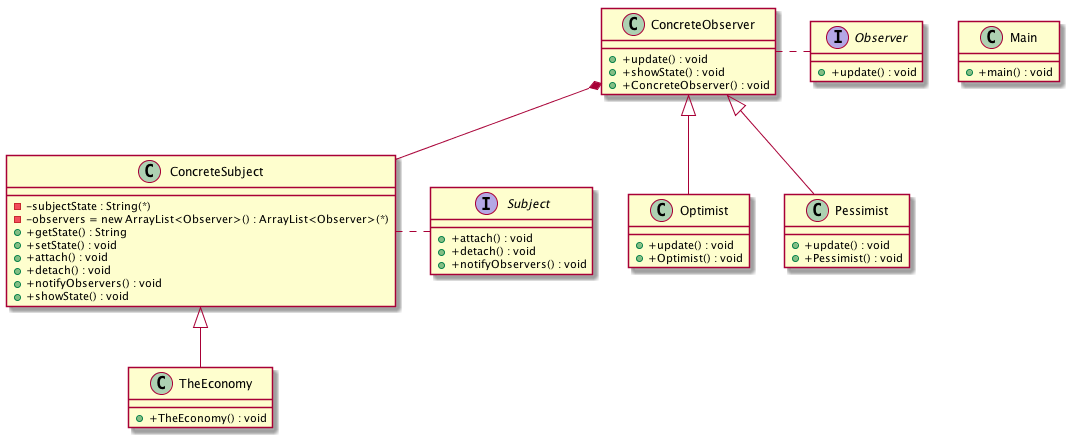
Earlier version of the PlantUML export UMLGenerator/sequence.png (rashmishrm/UMLParser).
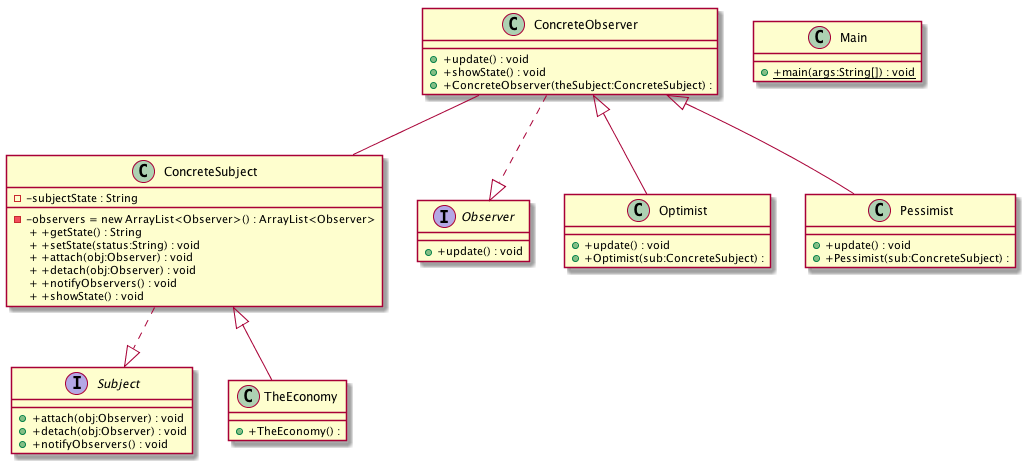
After the commit.

What changed in the source:
```diff
@@ -1,54 +1,54 @@
 @startuml
 class ConcreteObserver{
-+ +update() : void
-+ +showState() : void
-+ +ConcreteObserver() : void
+ + +update() : void
+ + +showState() : void
++ +ConcreteObserver(theSubject:ConcreteSubject) :
 }
 
 class ConcreteSubject{
-- -subjectState : String(*)
-- -observers = new ArrayList<Observer>() : ArrayList<Observer>(*)
-+ +getState() : String
-+ +setState() : void
-+ +attach() : void
-+ +detach() : void
-+ +notifyObservers() : void
-+ +showState() : void
+- -subjectState : String
+- -observers = new ArrayList<Observer>() : ArrayList<Observer>
+ + +getState() : String
+ + +setState(status:String) : void
+ + +attach(obj:Observer) : void
+ + +detach(obj:Observer) : void
+ + +notifyObservers() : void
+ + +showState() : void
 }
 
 class Main{
-+ +main() : void
+{static} + +main(args:String[]) : void
 }
 
 interface Observer{
-+ +update() : void
+ + +update() : void
 }
 
 class Optimist{
-+ +update() : void
-+ +Optimist() : void
+ + +update() : void
++ +Optimist(sub:ConcreteSubject) :
 }
 
 class Pessimist{
-+ +update() : void
-+ +Pessimist() : void
+ + +update() : void
++ +Pessimist(sub:ConcreteSubject) :
 }
 
 interface Subject{
-+ +attach() : void
-+ +detach() : void
-+ +notifyObservers() : void
+ + +attach(obj:Observer) : void
+ + +detach(obj:Observer) : void
+ + +notifyObservers() : void
 }
 
 class TheEconomy{
-+ +TheEconomy() : void
++ +TheEconomy() :
 }
 
-ConcreteObserver . Observer
-ConcreteObserver  " " *--  " "  ConcreteSubject
-ConcreteSubject . Subject
+ConcreteObserver ..|>Observer
+ConcreteSubject ..|>Subject
 ConcreteObserver<|--Optimist
 ConcreteObserver<|--Pessimist
 ConcreteSubject<|--TheEconomy
+ConcreteObserver  " " --  " "  ConcreteSubject
 
 @enduml
```
